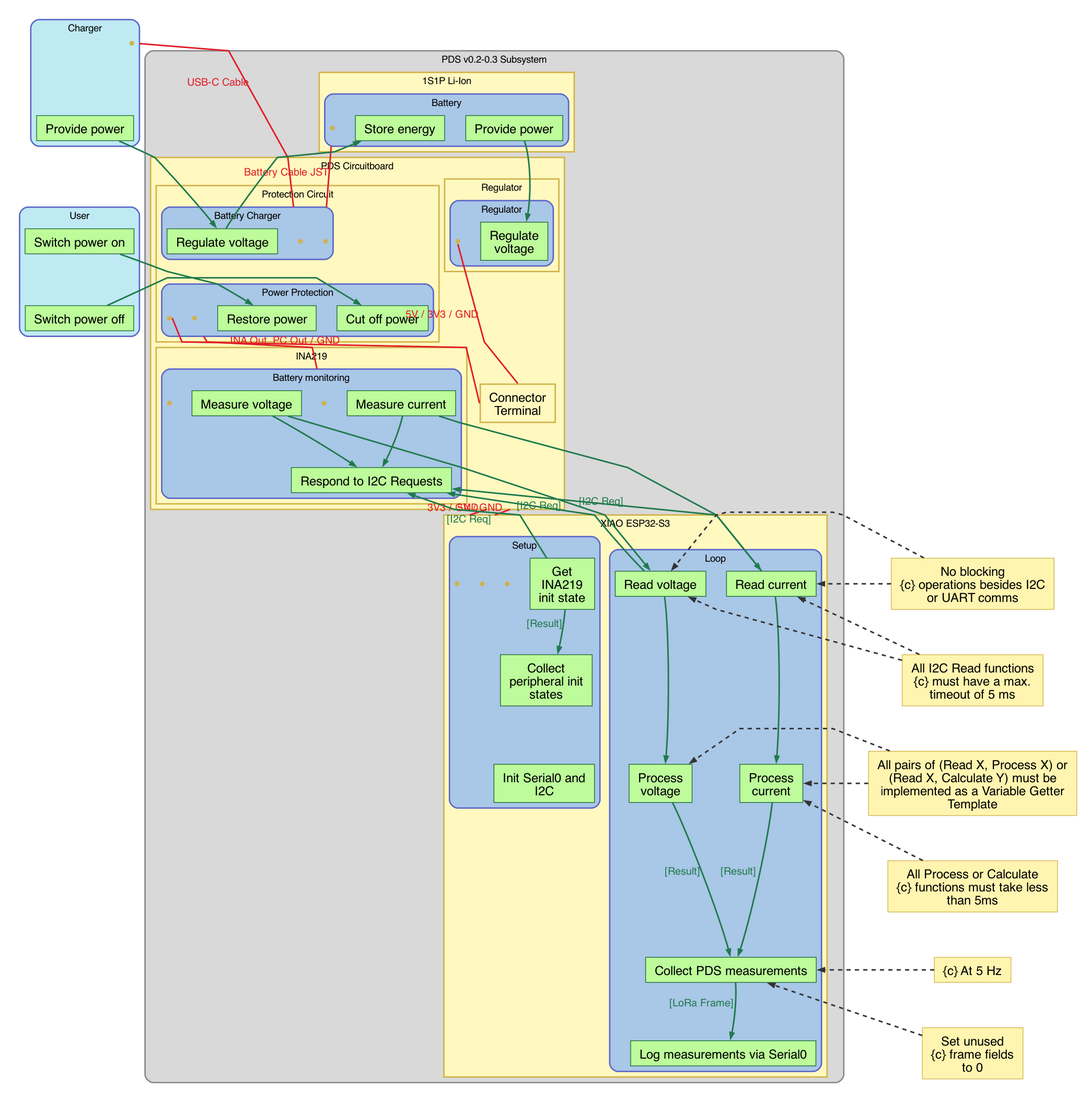
DeltaLabo/CanSatWorkshop keeps this Graphviz diagram as PDS/PDS_v0.2_dot.png. Above is the earlier version. Its source is kept beside it as PDS/PDS_v0.2.dot.
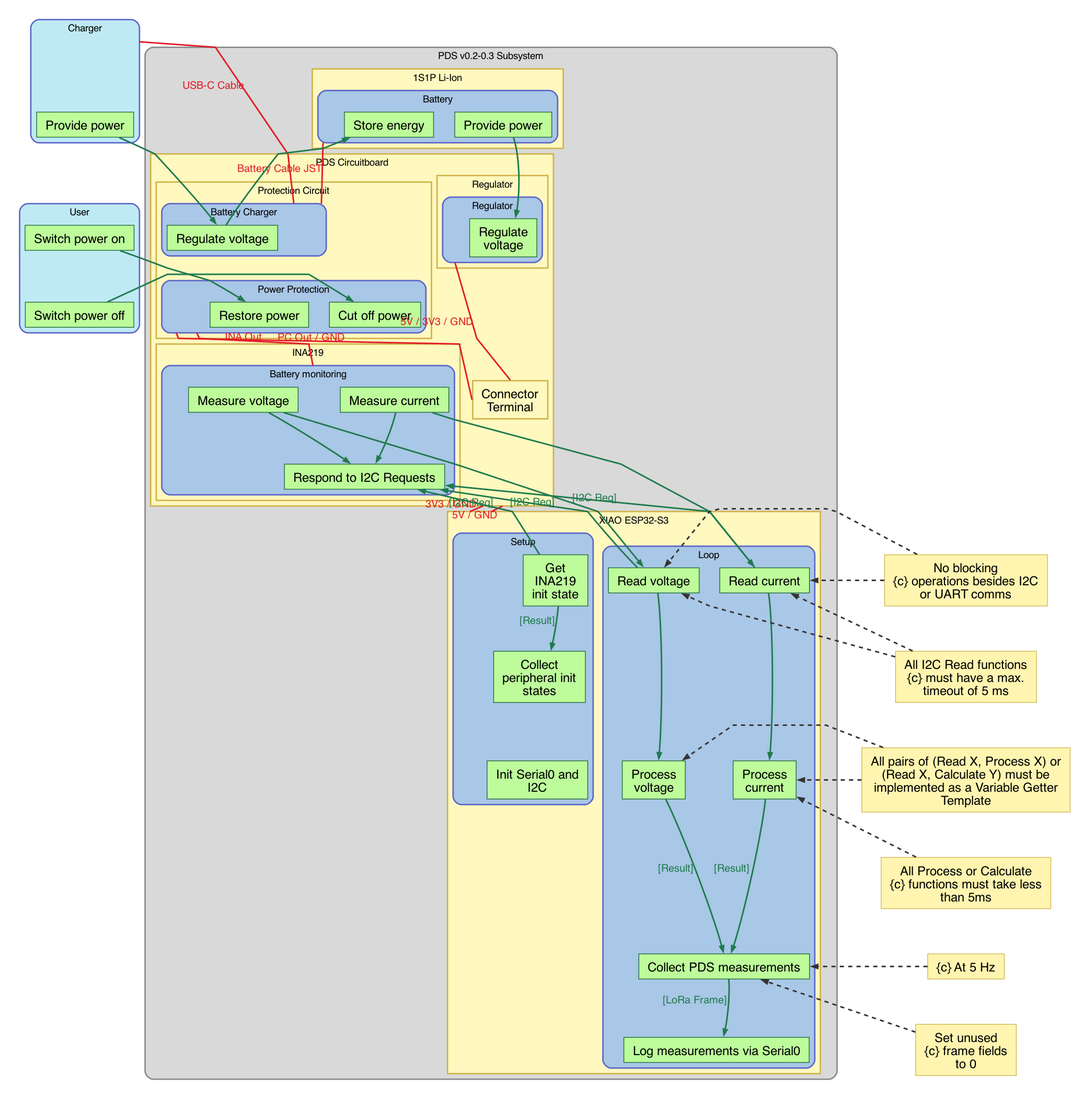
Later version of the same file.

The edit, as a diff of the source:
```diff
@@ -22,7 +22,7 @@
     color="#5B65C9";
     penwidth=2;
 
-    charger_usb   [label="", shape=point, width=0.08, height=0.08, fixedsize=true, fillcolor="#D1B24A", color="#D1B24A"];
+    charger_usb   [label="", shape=point, width=0, height=0, fixedsize=true, style=invis];
     charger_power [label="Provide power", fillcolor="#BDFB9B", color="#166534"];
   }
 
@@ -58,7 +58,7 @@
         color="#5B65C9";
         penwidth=2;
 
-        battery_jst  [label="", shape=point, width=0.08, height=0.08, fixedsize=true, fillcolor="#D1B24A", color="#D1B24A"];
+        battery_jst  [label="", shape=point, width=0, height=0, fixedsize=true, style=invis];
         batt_store   [label="Store energy",  fillcolor="#BDFB9B", color="#166534"];
         batt_provide [label="Provide power", fillcolor="#BDFB9B", color="#166534"];
       }
@@ -85,8 +85,8 @@
           color="#5B65C9";
           penwidth=2;
 
-          battchg_usb_in  [label="", shape=point, width=0.08, height=0.08, fixedsize=true, fillcolor="#D1B24A", color="#D1B24A"];
-          battchg_batt_in [label="", shape=point, width=0.08, height=0.08, fixedsize=true, fillcolor="#D1B24A", color="#D1B24A"];
+          battchg_usb_in  [label="", shape=point, width=0, height=0, fixedsize=true, style=invis];
+          battchg_batt_in [label="", shape=point, width=0, height=0, fixedsize=true, style=invis];
           charger_reg [label="Regulate voltage", fillcolor="#BDFB9B", color="#166534"];
         }
 
@@ -97,8 +97,8 @@
           color="#5B65C9";
           penwidth=2;
 
-          protection_pc_out [label="", shape=point, width=0.08, height=0.08, fixedsize=true, fillcolor="#D1B24A", color="#D1B24A"];
-          protection_ina_out [label="", shape=point, width=0.08, height=0.08, fixedsize=true, fillcolor="#D1B24A", color="#D1B24A"];
+          protection_pc_out [label="", shape=point, width=0, height=0, fixedsize=true, style=invis];
+          protection_ina_out [label="", shape=point, width=0, height=0, fixedsize=true, style=invis];
           restore_power [label="Restore power", fillcolor="#BDFB9B", color="#166534"];
           cut_off_power [label="Cut off power", fillcolor="#BDFB9B", color="#166534"];
         }
@@ -118,7 +118,7 @@
           color="#5B65C9";
           penwidth=2;
 
-          regulator_out [label="", shape=point, width=0.08, height=0.08, fixedsize=true, fillcolor="#D1B24A", color="#D1B24A"];
+          regulator_out [label="", shape=point, width=0, height=0, fixedsize=true, style=invis];
           regulate_voltage [label="Regulate\nvoltage", fillcolor="#BDFB9B", color="#166534"];
         }
       }
@@ -139,8 +139,8 @@
           color="#5B65C9";
           penwidth=2;
 
-          ina_power_in  [label="", shape=point, width=0.08, height=0.08, fixedsize=true, fillcolor="#D1B24A", color="#D1B24A"];
-          ina_signal_in [label="", shape=point, width=0.08, height=0.08, fixedsize=true, fillcolor="#D1B24A", color="#D1B24A"];
+          ina_power_in  [label="", shape=point, width=0, height=0, fixedsize=true, style=invis];
+          ina_signal_in [label="", shape=point, width=0, height=0, fixedsize=true, style=invis];
           ina_measure_v [label="Measure voltage", fillcolor="#BDFB9B", color="#166534"];
           ina_measure_i [label="Measure current", fillcolor="#BDFB9B", color="#166534"];
           ina_respond   [label="Respond to I2C Requests", fillcolor="#BDFB9B", color="#166534"];
@@ -162,9 +162,9 @@
         color="#5B65C9";
         penwidth=2;
 
-        xiao_i2c_port [label="", shape=point, width=0.08, height=0.08, fixedsize=true, fillcolor="#D1B24A", color="#D1B24A"];
-        xiao_pwr_3v3  [label="", shape=point, width=0.08, height=0.08, fixedsize=true, fillcolor="#D1B24A", color="#D1B24A"];
-        xiao_pwr_5v   [label="", shape=point, width=0.08, height=0.08, fixedsize=true, fillcolor="#D1B24A", color="#D1B24A"];
+        xiao_i2c_port [label="", shape=point, width=0, height=0, fixedsize=true, style=invis];
+        xiao_pwr_3v3  [label="", shape=point, width=0, height=0, fixedsize=true, style=invis];
+        xiao_pwr_5v   [label="", shape=point, width=0, height=0, fixedsize=true, style=invis];
         xiao_get_init [label="Get\nINA219\ninit state", fillcolor="#BDFB9B", color="#166534"];
         xiao_collect_init [label="Collect\nperipheral init\nstates", fillcolor="#BDFB9B", color="#166534"];
         xiao_init_bus [label="Init Serial0 and\nI2C", fillcolor="#BDFB9B", color="#166534"];
@@ -203,6 +203,8 @@
   protection_pc_out -> restore_power [style=invis, weight=20];
   protection_ina_out -> restore_power [style=invis, weight=18];
   restore_power -> cut_off_power [style=invis, weight=15];
+  cut_off_power -> protection_pc_out [style=invis, weight=20];
+  protection_pc_out -> protection_ina_out [style=invis, weight=20];
   ina_measure_v -> ina_measure_i [style=invis, weight=10];
   ina_measure_v -> ina_respond [style=invis, weight=18];
   ina_measure_i -> ina_respond [style=invis, weight=18];
@@ -236,7 +238,7 @@
 
   { rank=same; battery_jst; batt_store; batt_provide; }
   { rank=same; battchg_usb_in; battchg_batt_in; charger_reg; regulate_voltage; regulator_out; }
-  { rank=same; protection_pc_out; restore_power; cut_off_power; protection_ina_out; }
+  { rank=same; restore_power; cut_off_power; protection_pc_out; protection_ina_out; }
   { rank=same; ina_power_in; ina_measure_v; ina_measure_i; connector_terminal; ina_signal_in; }
   { rank=same; xiao_i2c_port; xiao_pwr_3v3; xiao_pwr_5v; xiao_get_init; xiao_read_v; xiao_read_i; note_nb; }
   { rank=same; xiao_process_v; xiao_process_i; note_vgt; }
@@ -303,6 +305,7 @@
     xlabel="PC Out / GND",
     color="#E11D28",
     fontcolor="#E11D28",
+    ltail=cluster_power_protection,
     constraint=false,
     dir=none,
     tailport=e,
@@ -323,6 +326,7 @@
     xlabel="5V / 3V3 / GND",
     color="#E11D28",
     fontcolor="#E11D28",
+    ltail=cluster_regulator,
     constraint=false,
     dir=none,
     tailport=s,
```
